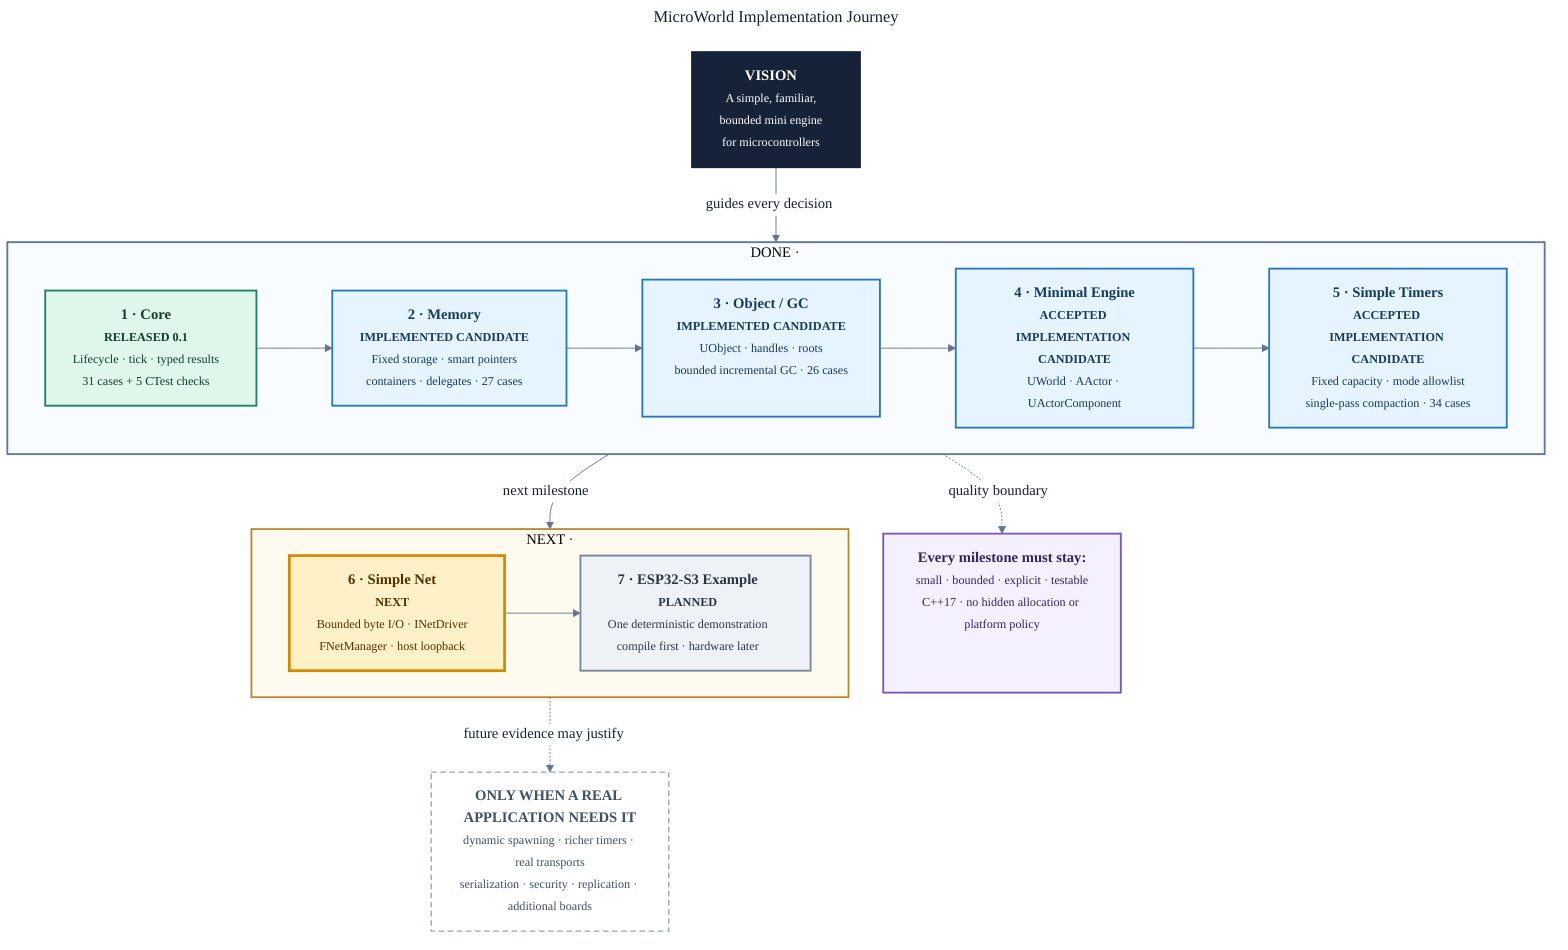
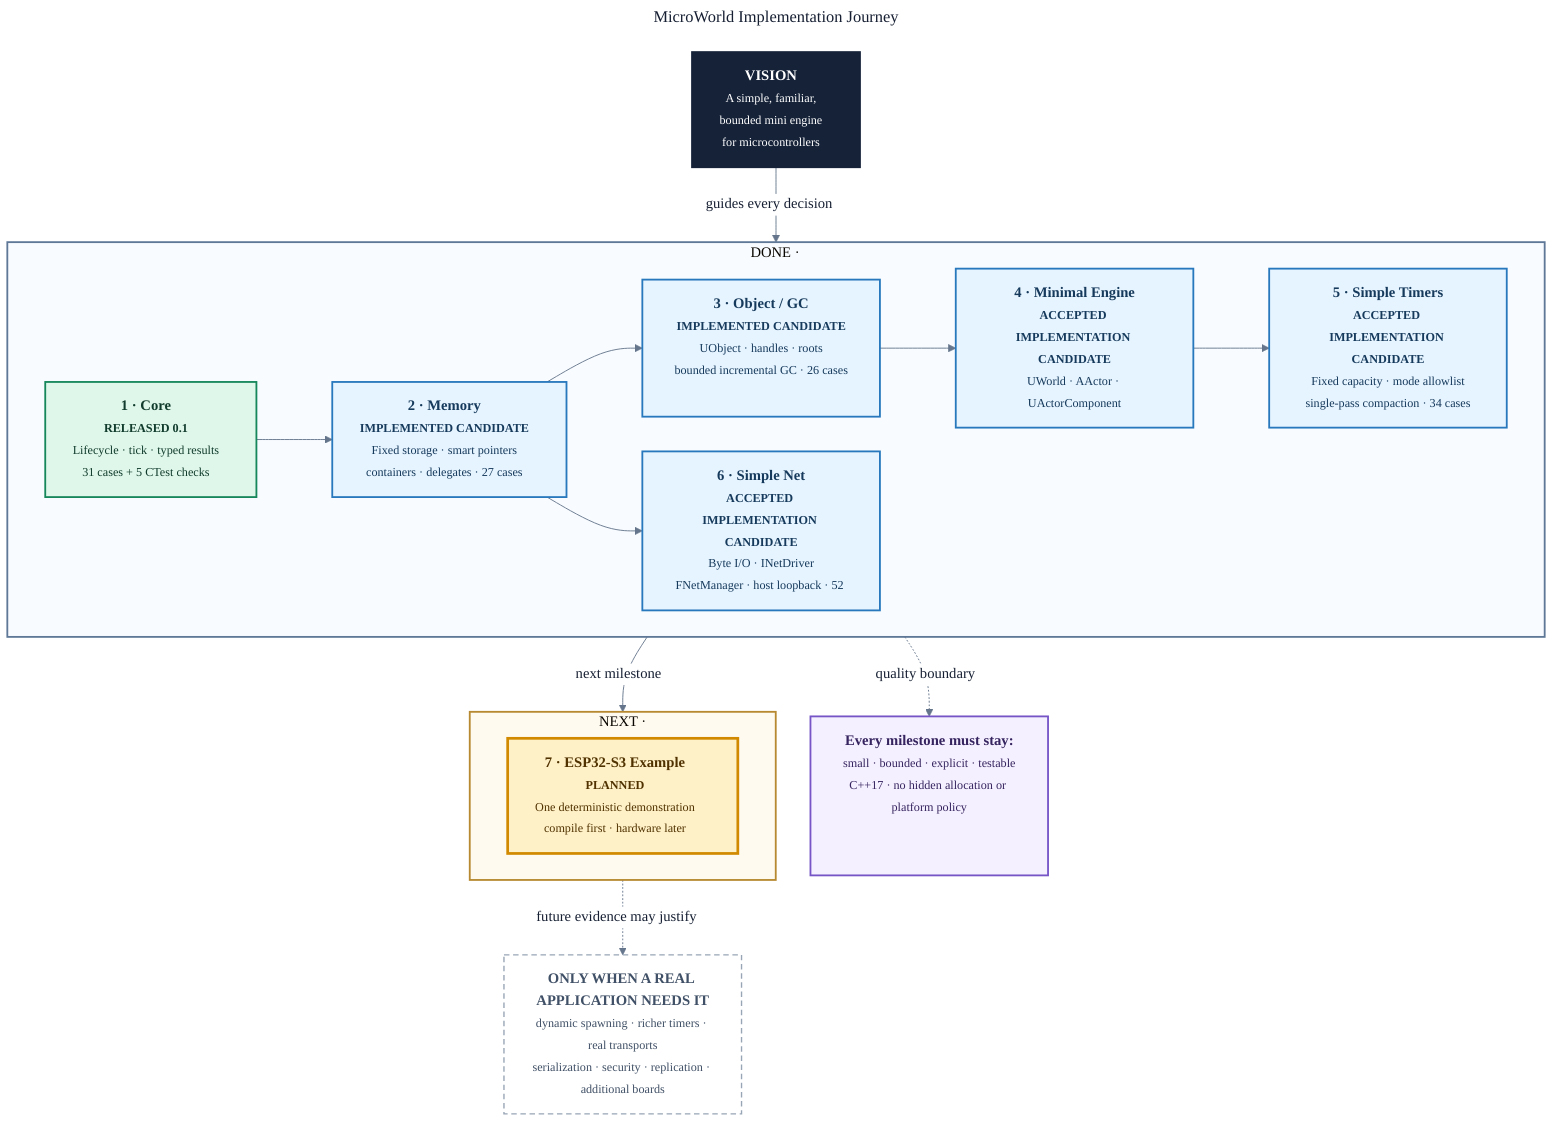
---
title: MicroWorld Implementation Journey
---
%%{init: {
  "theme": "base",
  "themeVariables": {
    "fontFamily": "Segoe UI, Arial, sans-serif",
    "primaryTextColor": "#172033",
    "lineColor": "#65758b",
    "edgeLabelBackground": "#ffffff"
  },
  "flowchart": {
    "htmlLabels": true,
    "curve": "basis",
    "nodeSpacing": 38,
    "rankSpacing": 58
  }
}}%%
flowchart TB
    VISION["<b>VISION</b><br/><small>A simple, familiar,<br/>bounded mini engine<br/>for microcontrollers</small>"]

    subgraph VERIFIED["DONE ·"]
        direction LR
        CORE["<b>1 · Core</b><br/><small><b>RELEASED 0.1</b><br/>Lifecycle · tick · typed results<br/>31 cases + 5 CTest checks</small>"]
        MEMORY["<b>2 · Memory</b><br/><small><b>IMPLEMENTED CANDIDATE</b><br/>Fixed storage · smart pointers<br/>containers · delegates · 27 cases</small>"]
        OBJECT["<b>3 · Object / GC</b><br/><small><b>IMPLEMENTED CANDIDATE</b><br/>UObject · handles · roots<br/>bounded incremental GC · 26 cases</small>"]
        ENGINE["<b>4 · Minimal Engine</b><br/><small><b>ACCEPTED IMPLEMENTATION CANDIDATE</b><br/>UWorld · AActor · UActorComponent<br/>21 lifecycle/registration/GC cases</small>"]
        TIMERS["<b>5 · Simple Timers</b><br/><small><b>ACCEPTED IMPLEMENTATION CANDIDATE</b><br/>Fixed capacity · mode allowlist<br/>single-pass compaction · 34 cases</small>"]
+         NET["<b>6 · Simple Net</b><br/><small><b>ACCEPTED IMPLEMENTATION CANDIDATE</b><br/>Byte I/O · INetDriver<br/>FNetManager · host loopback · 52 cases</small>"]

        CORE --> MEMORY --> OBJECT --> ENGINE --> TIMERS
+         MEMORY --> NET
    end

    subgraph DELIVERY["NEXT ·"]
        direction LR
-         NET["<b>6 · Simple Net</b><br/><small><b>NEXT</b><br/>Bounded byte I/O · INetDriver<br/>FNetManager · host loopback</small>"]
        EXAMPLE["<b>7 · ESP32-S3 Example</b><br/><small><b>PLANNED</b><br/>One deterministic demonstration<br/>compile first · hardware later</small>"]
- 
-         NET --> EXAMPLE
    end

    VISION -->|"guides every decision"| CORE
-     TIMERS -->|"next milestone"| NET
+     NET -->|"next milestone"| EXAMPLE

    ACCEPT["<b>Every milestone must stay:</b><br/><small>small · bounded · explicit · testable<br/>C++17 · no hidden allocation or platform policy</small>"]
    ENGINE -. "quality boundary" .-> ACCEPT

    LATER["<b>ONLY WHEN A REAL APPLICATION NEEDS IT</b><br/><small>dynamic spawning · richer timers · real transports<br/>serialization · security · replication · additional boards</small>"]
    EXAMPLE -. "future evidence may justify" .-> LATER

    classDef vision fill:#152238,stroke:#152238,color:#ffffff,stroke-width:2px;
    classDef released fill:#dff7ea,stroke:#16875b,color:#113c2d,stroke-width:2px;
    classDef candidate fill:#e6f4ff,stroke:#2878bd,color:#163a5c,stroke-width:2px;
    classDef next fill:#fff1c7,stroke:#d18a00,color:#503200,stroke-width:3px;
    classDef planned fill:#eef1f5,stroke:#77869a,color:#2b3645,stroke-width:2px;
    classDef principle fill:#f5f0ff,stroke:#7655c7,color:#35245f,stroke-width:2px;
    classDef later fill:#ffffff,stroke:#98a5b5,color:#405066,stroke-width:1.5px,stroke-dasharray: 6 4;

    class VISION vision;
    class CORE released;
-     class MEMORY,OBJECT,ENGINE,TIMERS candidate;
-     class NET next;
-     class EXAMPLE planned;
+     class MEMORY,OBJECT,ENGINE,TIMERS,NET candidate;
+     class EXAMPLE next;
    class ACCEPT principle;
    class LATER later;

    style VERIFIED fill:#f8fbff,stroke:#5f7898,stroke-width:2px
    style DELIVERY fill:#fffaf0,stroke:#b78a32,stroke-width:2px
